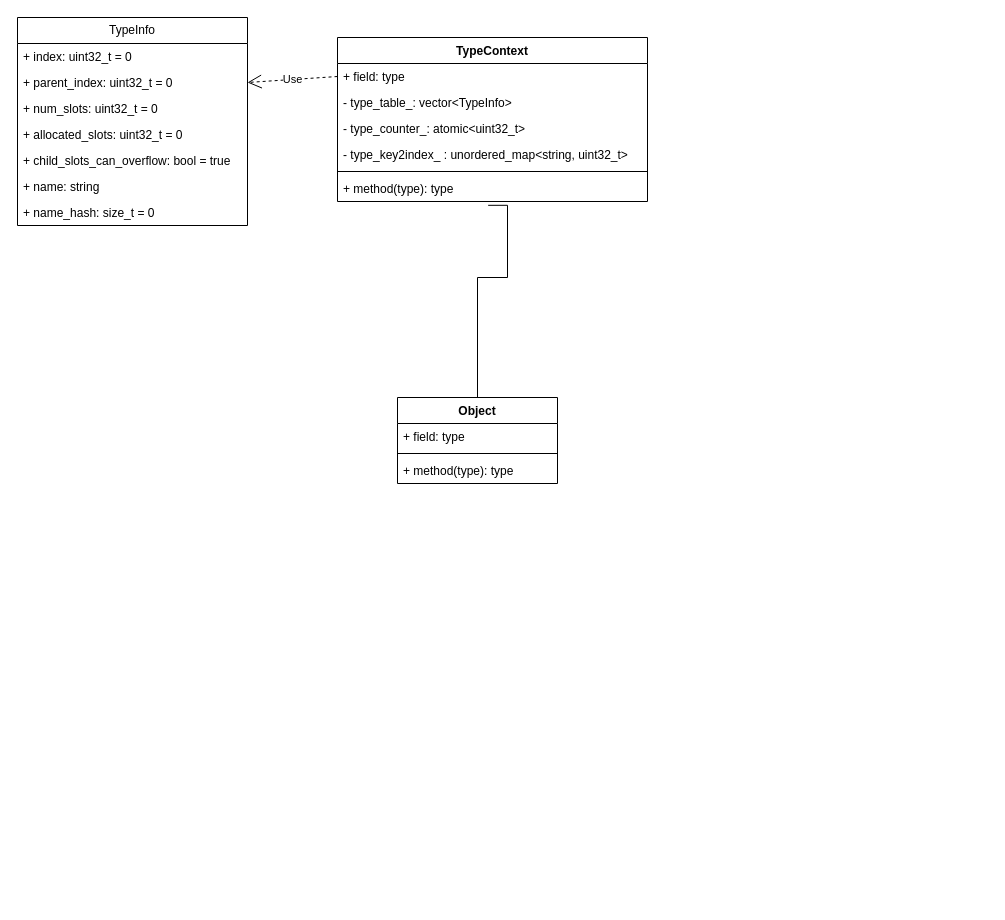
This is page "PackedFunc" (2 of 3) of 未命名绘图.drawio from gdhzyz/draws, a draw.io file, before an edit. Source tidied: cells renumbered, new cells numbered last; positions are measured from the earlier drawing's top-left corner, leaving out a move shared by most shapes. Both pictures are drawn from the tidied source at 100%, with x=0, y=0 at pixel (17, 17).
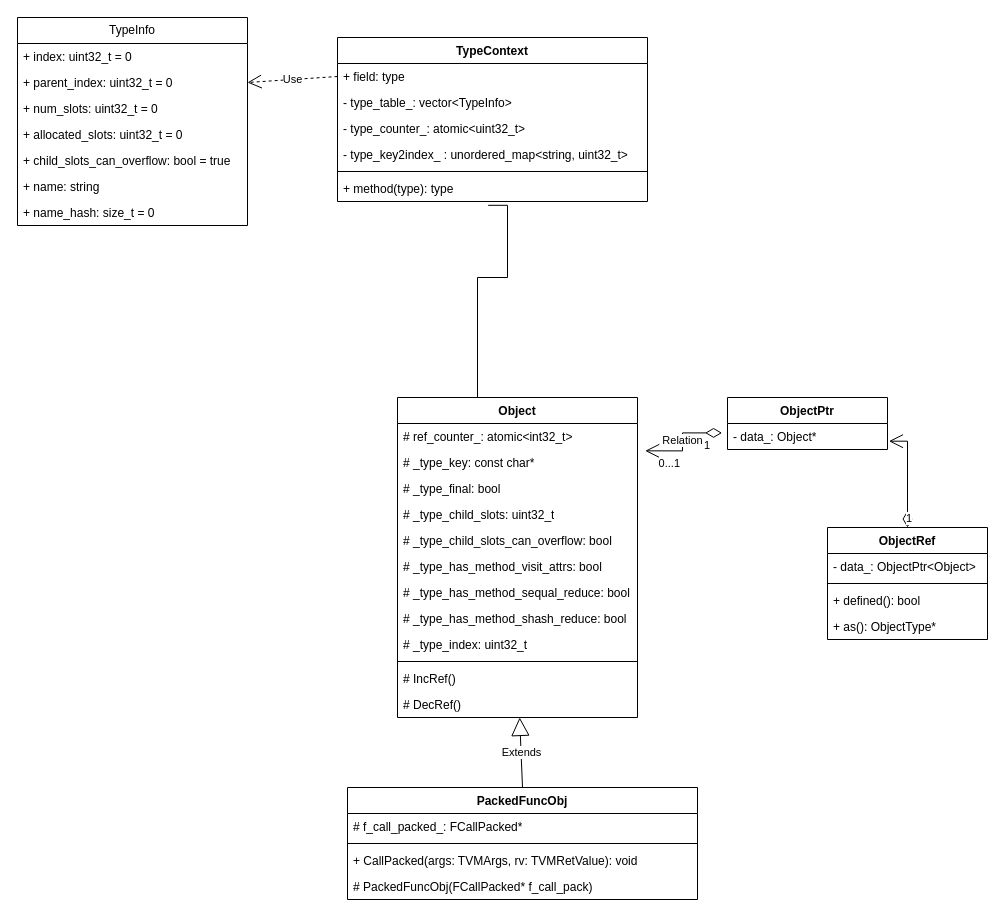
The same page after the edit.

Change to the diagram source:
```diff
@@
     <mxCell id="10" value="Object" style="swimlane;fontStyle=1;align=center;verticalAlign=top;horizontal=1;startSize=26;whiteSpace=wrap;html=1;" parent="1" vertex="1">
-      <mxGeometry x="380" y="380" width="160" height="86" as="geometry" />
+      <mxGeometry x="380" y="380" width="240" height="320" as="geometry" />
     </mxCell>
-    <mxCell id="11" value="+ field: type" style="text;strokeColor=none;fillColor=none;align=left;verticalAlign=top;spacingLeft=4;spacingRight=4;overflow=hidden;points=[[0,0.5],[1,0.5]];portConstraint=eastwest;whiteSpace=wrap;html=1;" parent="10" vertex="1">
-      <mxGeometry y="26" width="160" height="26" as="geometry" />
+    <mxCell id="11" value="# ref_counter_: atomic&amp;lt;int32_t&amp;gt;" style="text;strokeColor=none;fillColor=none;align=left;verticalAlign=top;spacingLeft=4;spacingRight=4;overflow=hidden;points=[[0,0.5],[1,0.5]];portConstraint=eastwest;whiteSpace=wrap;html=1;" parent="10" vertex="1">
+      <mxGeometry y="26" width="240" height="26" as="geometry" />
     </mxCell>
+    <mxCell id="23" value="# _type_key: const char*" style="text;strokeColor=none;fillColor=none;align=left;verticalAlign=top;spacingLeft=4;spacingRight=4;overflow=hidden;whiteSpace=wrap;html=1;" parent="10" vertex="1">
+      <mxGeometry y="52" width="240" height="26" as="geometry" />
+    </mxCell>
+    <mxCell id="24" value="# _type_final: bool" style="text;strokeColor=none;fillColor=none;align=left;verticalAlign=top;spacingLeft=4;spacingRight=4;overflow=hidden;whiteSpace=wrap;html=1;" parent="10" vertex="1">
+      <mxGeometry y="78" width="240" height="26" as="geometry" />
+    </mxCell>
+    <mxCell id="25" value="# _type_child_slots: uint32_t" style="text;strokeColor=none;fillColor=none;align=left;verticalAlign=top;spacingLeft=4;spacingRight=4;overflow=hidden;whiteSpace=wrap;html=1;" parent="10" vertex="1">
+      <mxGeometry y="104" width="240" height="26" as="geometry" />
+    </mxCell>
+    <mxCell id="26" value="# _type_child_slots_can_overflow: bool" style="text;strokeColor=none;fillColor=none;align=left;verticalAlign=top;spacingLeft=4;spacingRight=4;overflow=hidden;whiteSpace=wrap;html=1;" parent="10" vertex="1">
+      <mxGeometry y="130" width="240" height="26" as="geometry" />
+    </mxCell>
+    <mxCell id="27" value="# _type_has_method_visit_attrs: bool" style="text;strokeColor=none;fillColor=none;align=left;verticalAlign=top;spacingLeft=4;spacingRight=4;overflow=hidden;whiteSpace=wrap;html=1;" parent="10" vertex="1">
+      <mxGeometry y="156" width="240" height="26" as="geometry" />
+    </mxCell>
+    <mxCell id="28" value="# _type_has_method_sequal_reduce: bool" style="text;strokeColor=none;fillColor=none;align=left;verticalAlign=top;spacingLeft=4;spacingRight=4;overflow=hidden;whiteSpace=wrap;html=1;" parent="10" vertex="1">
+      <mxGeometry y="182" width="240" height="26" as="geometry" />
+    </mxCell>
+    <mxCell id="29" value="# _type_has_method_shash_reduce: bool" style="text;strokeColor=none;fillColor=none;align=left;verticalAlign=top;spacingLeft=4;spacingRight=4;overflow=hidden;whiteSpace=wrap;html=1;" parent="10" vertex="1">
+      <mxGeometry y="208" width="240" height="26" as="geometry" />
+    </mxCell>
+    <mxCell id="30" value="# _type_index: uint32_t" style="text;strokeColor=none;fillColor=none;align=left;verticalAlign=top;spacingLeft=4;spacingRight=4;overflow=hidden;whiteSpace=wrap;html=1;" parent="10" vertex="1">
+      <mxGeometry y="234" width="240" height="26" as="geometry" />
+    </mxCell>
     <mxCell id="12" style="line;strokeWidth=1;fillColor=none;align=left;verticalAlign=middle;spacingTop=-1;spacingLeft=3;spacingRight=3;labelPosition=right;strokeColor=inherit;" parent="10" vertex="1">
-      <mxGeometry y="52" width="160" height="8" as="geometry" />
+      <mxGeometry y="260" width="240" height="8" as="geometry" />
     </mxCell>
-    <mxCell id="13" value="+ method(type): type" style="text;strokeColor=none;fillColor=none;align=left;verticalAlign=top;spacingLeft=4;spacingRight=4;overflow=hidden;whiteSpace=wrap;html=1;" parent="10" vertex="1">
-      <mxGeometry y="60" width="160" height="26" as="geometry" />
+    <mxCell id="13" value="# IncRef()" style="text;strokeColor=none;fillColor=none;align=left;verticalAlign=top;spacingLeft=4;spacingRight=4;overflow=hidden;whiteSpace=wrap;html=1;" parent="10" vertex="1">
+      <mxGeometry y="268" width="240" height="26" as="geometry" />
     </mxCell>
+    <mxCell id="31" value="# DecRef()" style="text;strokeColor=none;fillColor=none;align=left;verticalAlign=top;spacingLeft=4;spacingRight=4;overflow=hidden;points=[[0,0.5],[1,0.5]];portConstraint=eastwest;whiteSpace=wrap;html=1;" parent="10" vertex="1">
+      <mxGeometry y="294" width="240" height="26" as="geometry" />
+    </mxCell>
@@
+    <mxCell id="32" value="PackedFuncObj" style="swimlane;fontStyle=1;align=center;verticalAlign=top;horizontal=1;startSize=26;whiteSpace=wrap;html=1;" parent="1" vertex="1">
+      <mxGeometry x="330" y="770" width="350" height="112" as="geometry" />
+    </mxCell>
+    <mxCell id="33" value="# f_call_packed_: FCallPacked*" style="text;strokeColor=none;fillColor=none;align=left;verticalAlign=top;spacingLeft=4;spacingRight=4;overflow=hidden;whiteSpace=wrap;html=1;" parent="32" vertex="1">
+      <mxGeometry y="26" width="350" height="26" as="geometry" />
+    </mxCell>
+    <mxCell id="34" style="line;strokeWidth=1;fillColor=none;align=left;verticalAlign=middle;spacingTop=-1;spacingLeft=3;spacingRight=3;labelPosition=right;strokeColor=inherit;" parent="32" vertex="1">
+      <mxGeometry y="52" width="350" height="8" as="geometry" />
+    </mxCell>
+    <mxCell id="35" value="+&amp;nbsp;CallPacked(args: TVMArgs, rv: TVMRetValue):&amp;nbsp;&lt;span style=&quot;background-color: initial;&quot;&gt;void&lt;/span&gt;" style="text;strokeColor=none;fillColor=none;align=left;verticalAlign=top;spacingLeft=4;spacingRight=4;overflow=hidden;whiteSpace=wrap;html=1;" parent="32" vertex="1">
+      <mxGeometry y="60" width="350" height="26" as="geometry" />
+    </mxCell>
+    <mxCell id="36" value="# PackedFuncObj(FCallPacked* f_call_pack)" style="text;strokeColor=none;fillColor=none;align=left;verticalAlign=top;spacingLeft=4;spacingRight=4;overflow=hidden;whiteSpace=wrap;html=1;" parent="32" vertex="1">
+      <mxGeometry y="86" width="350" height="26" as="geometry" />
+    </mxCell>
+    <mxCell id="37" value="Extends" style="endArrow=block;endSize=16;endFill=0;html=1;rounded=0;exitX=0.5;exitY=0;exitDx=0;exitDy=0;entryX=0.509;entryY=0.999;entryDx=0;entryDy=0;entryPerimeter=0;" parent="1" edge="1" source="32" target="31">
+      <mxGeometry relative="1" as="geometry" />
+    </mxCell>
+    <mxCell id="38" value="ObjectPtr" style="swimlane;fontStyle=1;align=center;verticalAlign=top;horizontal=1;startSize=26;whiteSpace=wrap;html=1;" parent="1" vertex="1">
+      <mxGeometry x="710" y="380" width="160" height="52" as="geometry" />
+    </mxCell>
+    <mxCell id="39" value="- data_: Object*" style="text;strokeColor=none;fillColor=none;align=left;verticalAlign=top;spacingLeft=4;spacingRight=4;overflow=hidden;points=[[0,0.5],[1,0.5]];portConstraint=eastwest;whiteSpace=wrap;html=1;" parent="38" vertex="1">
+      <mxGeometry y="26" width="160" height="26" as="geometry" />
+    </mxCell>
+    <mxCell id="40" value="ObjectRef" style="swimlane;fontStyle=1;align=center;verticalAlign=top;horizontal=1;startSize=26;whiteSpace=wrap;html=1;" parent="1" vertex="1">
+      <mxGeometry x="810" y="510" width="160" height="112" as="geometry" />
+    </mxCell>
+    <mxCell id="41" value="- data_: ObjectPtr&amp;lt;Object&amp;gt;" style="text;strokeColor=none;fillColor=none;align=left;verticalAlign=top;spacingLeft=4;spacingRight=4;overflow=hidden;whiteSpace=wrap;html=1;" parent="40" vertex="1">
+      <mxGeometry y="26" width="160" height="26" as="geometry" />
+    </mxCell>
+    <mxCell id="42" style="line;strokeWidth=1;fillColor=none;align=left;verticalAlign=middle;spacingTop=-1;spacingLeft=3;spacingRight=3;labelPosition=right;strokeColor=inherit;" parent="40" vertex="1">
+      <mxGeometry y="52" width="160" height="8" as="geometry" />
+    </mxCell>
+    <mxCell id="43" value="+ defined(): bool" style="text;strokeColor=none;fillColor=none;align=left;verticalAlign=top;spacingLeft=4;spacingRight=4;overflow=hidden;whiteSpace=wrap;html=1;" parent="40" vertex="1">
+      <mxGeometry y="60" width="160" height="26" as="geometry" />
+    </mxCell>
+    <mxCell id="44" value="+ as(): ObjectType*" style="text;strokeColor=none;fillColor=none;align=left;verticalAlign=top;spacingLeft=4;spacingRight=4;overflow=hidden;whiteSpace=wrap;html=1;" parent="40" vertex="1">
+      <mxGeometry y="86" width="160" height="26" as="geometry" />
+    </mxCell>
+    <mxCell id="45" value="Relation" style="endArrow=open;html=1;endSize=12;startArrow=diamondThin;startSize=14;startFill=0;edgeStyle=orthogonalEdgeStyle;rounded=0;entryX=1.032;entryY=1.052;entryDx=0;entryDy=0;entryPerimeter=0;exitX=-0.034;exitY=0.362;exitDx=0;exitDy=0;exitPerimeter=0;" parent="1" edge="1" source="39" target="11">
+      <mxGeometry relative="1" as="geometry" />
+    </mxCell>
+    <mxCell id="46" value="1" style="edgeLabel;html=1;align=left;verticalAlign=top;" parent="45" vertex="1">
+      <mxGeometry x="-1" relative="1" as="geometry">
+        <mxPoint x="-20" as="offset" />
+      </mxGeometry>
+    </mxCell>
+    <mxCell id="47" value="0...1" style="edgeLabel;html=1;align=right;verticalAlign=top;" parent="45" vertex="1">
+      <mxGeometry x="1" relative="1" as="geometry">
+        <mxPoint x="35" as="offset" />
+      </mxGeometry>
+    </mxCell>
+    <mxCell id="48" value="1" style="endArrow=open;html=1;endSize=12;startArrow=diamondThin;startSize=14;startFill=0;edgeStyle=orthogonalEdgeStyle;align=left;verticalAlign=bottom;rounded=0;exitX=0.5;exitY=0;exitDx=0;exitDy=0;entryX=1.009;entryY=0.68;entryDx=0;entryDy=0;entryPerimeter=0;" parent="1" edge="1" source="40" target="39">
+      <mxGeometry x="-1" y="3" relative="1" as="geometry" />
+    </mxCell>
```
